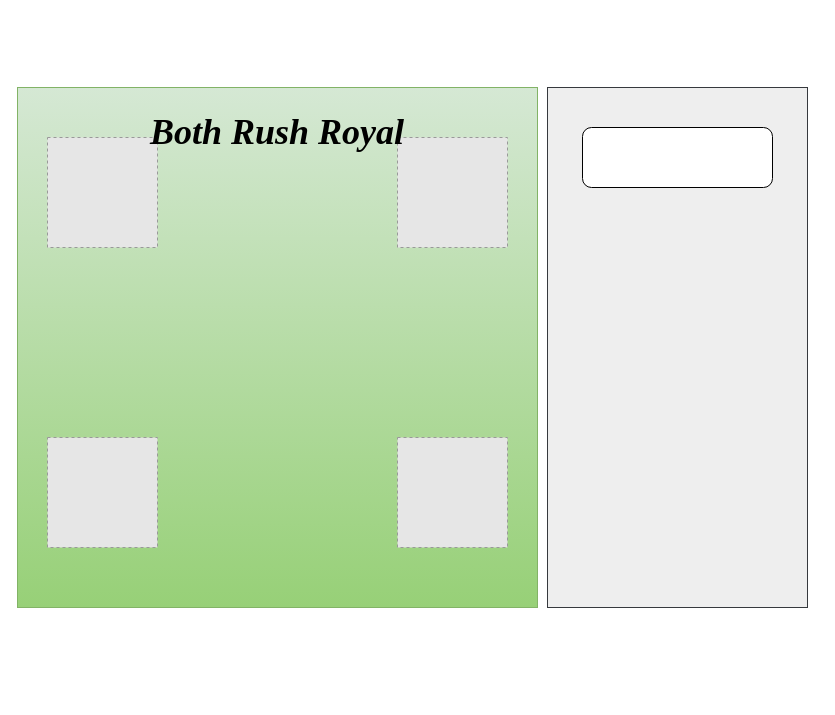
The draw.io diagram docs/sketching.drawio in WilmerSoriano/RushBots_Royal, before the edit. Source tidied: cells renumbered, new cells numbered last; positions are measured from the earlier drawing's top-left corner, leaving out a move shared by most shapes. Both pictures are drawn from the tidied source at 100%, with x=0, y=0 at pixel (17, 87). Pictures stored in the file or linked from it are replaced by grey dashed boxes.
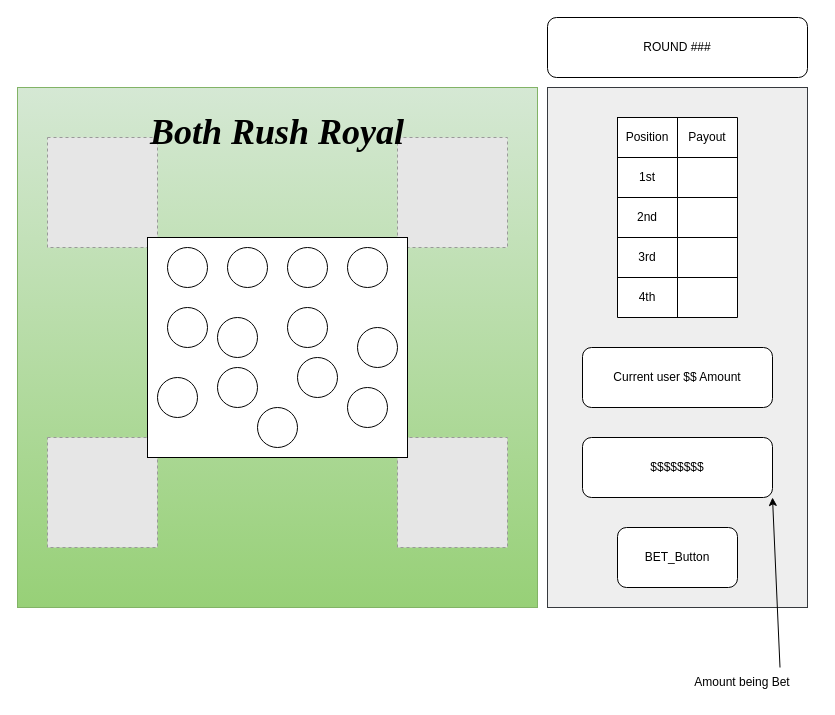
The same page after the edit.

Commit message:
Drew what the player will see from their perspective

Unchanged cells that the change refers to:
```xml
<mxCell id="2" style="group;" parent="1" vertex="1">
  <mxGeometry width="520" height="520" as="geometry" />
</mxCell>
```

What changed in the source:
```diff
@@
+    <mxCell id="11" style="rounded=0;whiteSpace=wrap;html=1;" parent="2" vertex="1">
+      <mxGeometry x="130" y="150" width="260" height="220" as="geometry" />
+    </mxCell>
+    <mxCell id="12" style="ellipse;whiteSpace=wrap;html=1;" parent="2" vertex="1">
+      <mxGeometry x="150" y="160" width="40" height="40" as="geometry" />
+    </mxCell>
+    <mxCell id="13" style="ellipse;whiteSpace=wrap;html=1;" parent="2" vertex="1">
+      <mxGeometry x="210" y="160" width="40" height="40" as="geometry" />
+    </mxCell>
+    <mxCell id="14" style="ellipse;whiteSpace=wrap;html=1;" parent="2" vertex="1">
+      <mxGeometry x="270" y="160" width="40" height="40" as="geometry" />
+    </mxCell>
+    <mxCell id="15" style="ellipse;whiteSpace=wrap;html=1;" parent="2" vertex="1">
+      <mxGeometry x="330" y="160" width="40" height="40" as="geometry" />
+    </mxCell>
+    <mxCell id="16" style="ellipse;whiteSpace=wrap;html=1;" parent="2" vertex="1">
+      <mxGeometry x="150" y="220" width="40" height="40" as="geometry" />
+    </mxCell>
+    <mxCell id="17" style="ellipse;whiteSpace=wrap;html=1;" parent="2" vertex="1">
+      <mxGeometry x="200" y="230" width="40" height="40" as="geometry" />
+    </mxCell>
+    <mxCell id="18" style="ellipse;whiteSpace=wrap;html=1;" parent="2" vertex="1">
+      <mxGeometry x="270" y="220" width="40" height="40" as="geometry" />
+    </mxCell>
+    <mxCell id="19" style="ellipse;whiteSpace=wrap;html=1;" parent="2" vertex="1">
+      <mxGeometry x="140" y="290" width="40" height="40" as="geometry" />
+    </mxCell>
+    <mxCell id="20" style="ellipse;whiteSpace=wrap;html=1;" parent="2" vertex="1">
+      <mxGeometry x="200" y="280" width="40" height="40" as="geometry" />
+    </mxCell>
+    <mxCell id="21" style="ellipse;whiteSpace=wrap;html=1;" parent="2" vertex="1">
+      <mxGeometry x="340" y="240" width="40" height="40" as="geometry" />
+    </mxCell>
+    <mxCell id="22" style="ellipse;whiteSpace=wrap;html=1;" parent="2" vertex="1">
+      <mxGeometry x="330" y="300" width="40" height="40" as="geometry" />
+    </mxCell>
+    <mxCell id="23" style="ellipse;whiteSpace=wrap;html=1;" parent="2" vertex="1">
+      <mxGeometry x="280" y="270" width="40" height="40" as="geometry" />
+    </mxCell>
+    <mxCell id="24" style="ellipse;whiteSpace=wrap;html=1;" parent="2" vertex="1">
+      <mxGeometry x="240" y="320" width="40" height="40" as="geometry" />
+    </mxCell>
@@
-    <mxCell id="10" style="rounded=1;whiteSpace=wrap;html=1;" parent="1" vertex="1">
-      <mxGeometry x="565" y="40" width="190" height="60" as="geometry" />
+    <mxCell id="10" value="$$$$$$$$" style="rounded=1;whiteSpace=wrap;html=1;" parent="1" vertex="1">
+      <mxGeometry x="565" y="350" width="190" height="60" as="geometry" />
     </mxCell>
+    <mxCell id="25" style="endArrow=classic;html=1;rounded=0;entryX=1;entryY=1;entryDx=0;entryDy=0;exitX=0.75;exitY=0;exitDx=0;exitDy=0;" parent="1" edge="1" source="26" target="10">
+      <mxGeometry relative="1" as="geometry" />
+    </mxCell>
+    <mxCell id="26" value="Amount being Bet" style="text;html=1;whiteSpace=wrap;strokeColor=none;fillColor=none;align=center;verticalAlign=middle;rounded=0;" parent="1" vertex="1">
+      <mxGeometry x="650" y="580" width="150" height="30" as="geometry" />
+    </mxCell>
+    <mxCell id="27" value="BET_Button" style="rounded=1;whiteSpace=wrap;html=1;" parent="1" vertex="1">
+      <mxGeometry x="600" y="440" width="120" height="60" as="geometry" />
+    </mxCell>
+    <mxCell id="28" value="Current user $$ Amount" style="rounded=1;whiteSpace=wrap;html=1;" parent="1" vertex="1">
+      <mxGeometry x="565" y="260" width="190" height="60" as="geometry" />
+    </mxCell>
+    <mxCell id="29" style="shape=table;startSize=0;childLayout=tableLayout;fixedHeader=1;" parent="1" vertex="1">
+      <mxGeometry x="600" y="30" width="120" height="200" as="geometry" />
+    </mxCell>
+    <mxCell id="30" style="shape=tableRow;horizontal=0;startSize=0;swimlaneHead=0;swimlaneBody=0;strokeColor=inherit;top=0;left=0;bottom=0;right=0;fillColor=none;fixedHeader=1;" parent="29" vertex="1">
+      <mxGeometry width="120" height="40" as="geometry" />
+    </mxCell>
+    <mxCell id="31" value="Position" style="shape=partialRectangle;html=1;whiteSpace=wrap;strokeColor=inherit;overflow=hidden;fillColor=none;top=0;left=0;bottom=0;right=0;" parent="30" vertex="1">
+      <mxGeometry width="60" height="40" as="geometry" />
+    </mxCell>
+    <mxCell id="32" value="Payout" style="shape=partialRectangle;html=1;whiteSpace=wrap;strokeColor=inherit;overflow=hidden;fillColor=none;top=0;left=0;bottom=0;right=0;" parent="30" vertex="1">
+      <mxGeometry x="60" width="60" height="40" as="geometry" />
+    </mxCell>
+    <mxCell id="33" style="shape=tableRow;horizontal=0;startSize=0;swimlaneHead=0;swimlaneBody=0;strokeColor=inherit;top=0;left=0;bottom=0;right=0;fillColor=none;fixedHeader=1;" parent="29" vertex="1">
+      <mxGeometry y="40" width="120" height="40" as="geometry" />
+    </mxCell>
+    <mxCell id="34" value="1st" style="shape=partialRectangle;html=1;whiteSpace=wrap;strokeColor=inherit;overflow=hidden;fillColor=none;top=0;left=0;bottom=0;right=0;" parent="33" vertex="1">
+      <mxGeometry width="60" height="40" as="geometry" />
+    </mxCell>
+    <mxCell id="35" style="shape=partialRectangle;html=1;whiteSpace=wrap;strokeColor=inherit;overflow=hidden;fillColor=none;top=0;left=0;bottom=0;right=0;" parent="33" vertex="1">
+      <mxGeometry x="60" width="60" height="40" as="geometry" />
+    </mxCell>
+    <mxCell id="36" style="shape=tableRow;horizontal=0;startSize=0;swimlaneHead=0;swimlaneBody=0;strokeColor=inherit;top=0;left=0;bottom=0;right=0;fillColor=none;fixedHeader=1;" parent="29" vertex="1">
+      <mxGeometry y="80" width="120" height="40" as="geometry" />
+    </mxCell>
+    <mxCell id="37" value="2nd" style="shape=partialRectangle;html=1;whiteSpace=wrap;strokeColor=inherit;overflow=hidden;fillColor=none;top=0;left=0;bottom=0;right=0;" parent="36" vertex="1">
+      <mxGeometry width="60" height="40" as="geometry" />
+    </mxCell>
+    <mxCell id="38" style="shape=partialRectangle;html=1;whiteSpace=wrap;strokeColor=inherit;overflow=hidden;fillColor=none;top=0;left=0;bottom=0;right=0;" parent="36" vertex="1">
+      <mxGeometry x="60" width="60" height="40" as="geometry" />
+    </mxCell>
+    <mxCell id="39" style="shape=tableRow;horizontal=0;startSize=0;swimlaneHead=0;swimlaneBody=0;strokeColor=inherit;top=0;left=0;bottom=0;right=0;fillColor=none;fixedHeader=1;" parent="29" vertex="1">
+      <mxGeometry y="120" width="120" height="40" as="geometry" />
+    </mxCell>
+    <mxCell id="40" value="3rd" style="shape=partialRectangle;html=1;whiteSpace=wrap;strokeColor=inherit;overflow=hidden;fillColor=none;top=0;left=0;bottom=0;right=0;" parent="39" vertex="1">
+      <mxGeometry width="60" height="40" as="geometry" />
+    </mxCell>
+    <mxCell id="41" style="shape=partialRectangle;html=1;whiteSpace=wrap;strokeColor=inherit;overflow=hidden;fillColor=none;top=0;left=0;bottom=0;right=0;" parent="39" vertex="1">
+      <mxGeometry x="60" width="60" height="40" as="geometry" />
+    </mxCell>
+    <mxCell id="42" style="shape=tableRow;horizontal=0;startSize=0;swimlaneHead=0;swimlaneBody=0;strokeColor=inherit;top=0;left=0;bottom=0;right=0;fillColor=none;fixedHeader=1;" parent="29" vertex="1">
+      <mxGeometry y="160" width="120" height="40" as="geometry" />
+    </mxCell>
+    <mxCell id="43" value="4th" style="shape=partialRectangle;html=1;whiteSpace=wrap;strokeColor=inherit;overflow=hidden;fillColor=none;top=0;left=0;bottom=0;right=0;" parent="42" vertex="1">
+      <mxGeometry width="60" height="40" as="geometry" />
+    </mxCell>
+    <mxCell id="44" style="shape=partialRectangle;html=1;whiteSpace=wrap;strokeColor=inherit;overflow=hidden;fillColor=none;top=0;left=0;bottom=0;right=0;" parent="42" vertex="1">
+      <mxGeometry x="60" width="60" height="40" as="geometry" />
+    </mxCell>
+    <mxCell id="45" value="ROUND ###" style="rounded=1;whiteSpace=wrap;html=1;" parent="1" vertex="1">
+      <mxGeometry x="530" y="-70" width="260" height="60" as="geometry" />
+    </mxCell>
```
